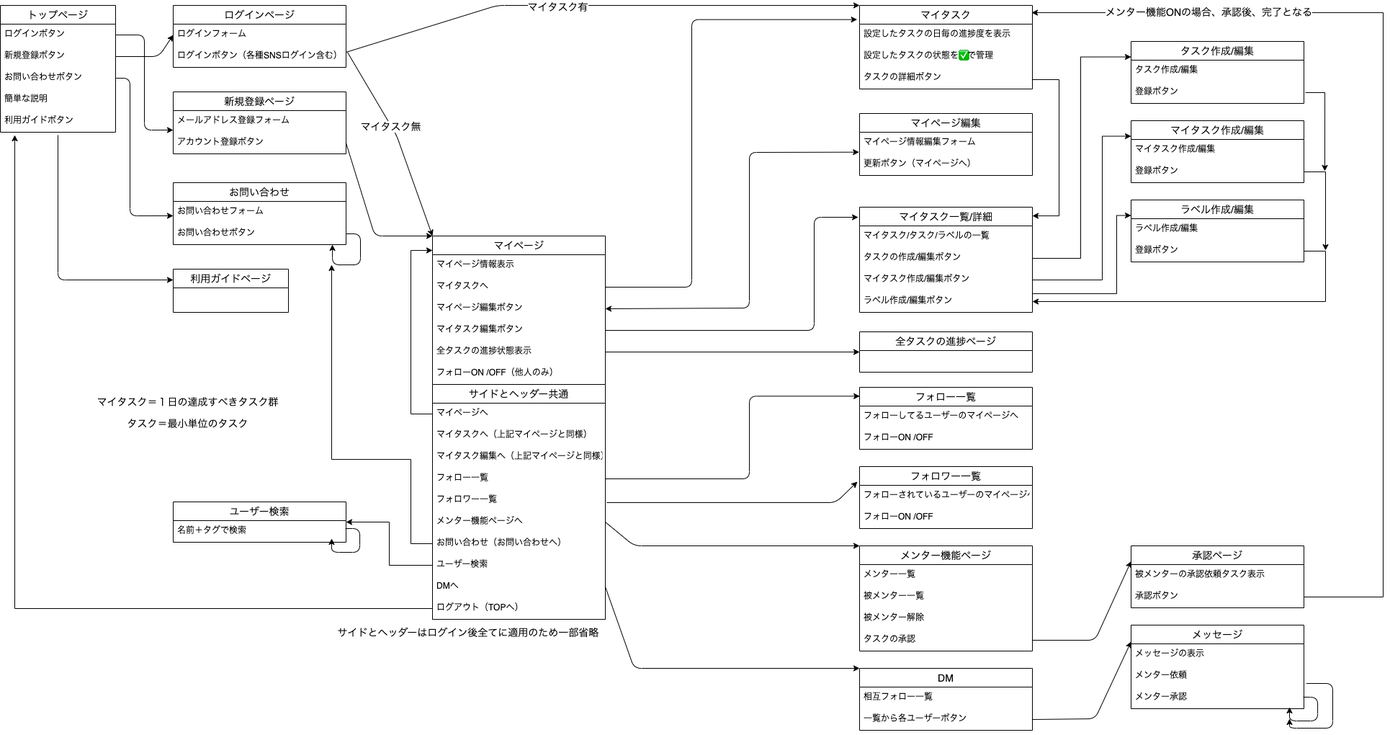
hirokore/Tasrop_app keeps this draw.io diagram as public/images/卒業課題アプリ-ページ遷移図.png. Above is the earlier version. Source tidied: cells renumbered, new cells last; positions are measured from the earlier drawing's top-left corner, leaving out a move shared by most shapes.
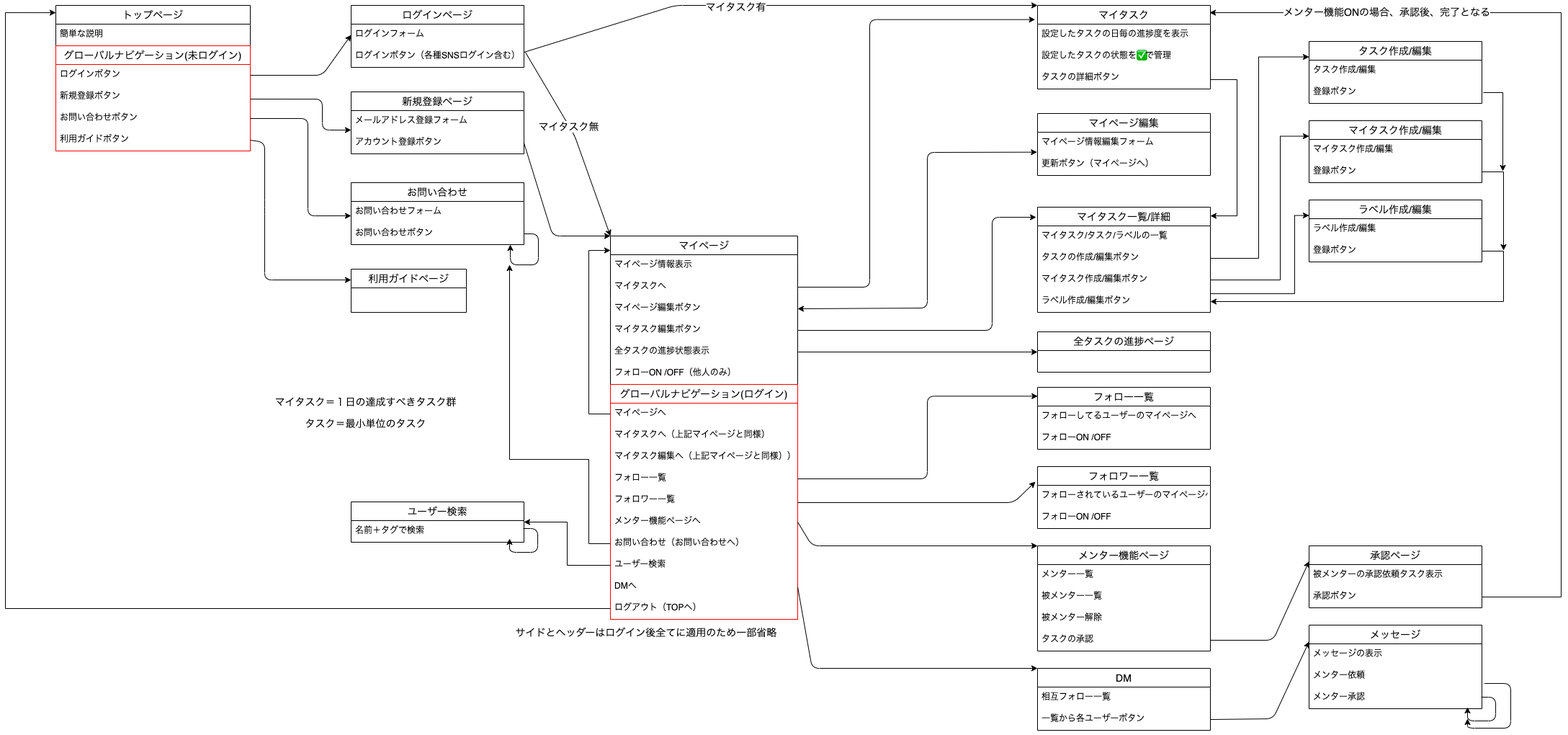
After the change.

Commit message:
update: READMEのタイトル修正「ER図、遷移図修正」

Diff of the diagram source:
```diff
@@ -3,28 +3,31 @@
     <mxCell id="0" />
     <mxCell id="1" parent="0" />
     <mxCell id="2" value="トップページ" style="swimlane;fontStyle=0;horizontal=1;startSize=26;align=center;fontSize=14;labelBackgroundColor=#ffffff;" parent="1" vertex="1">
-      <mxGeometry width="160" height="176" as="geometry" />
+      <mxGeometry x="-170" width="270" height="202" as="geometry" />
     </mxCell>
+    <mxCell id="6" value="簡単な説明" style="text;strokeColor=none;fillColor=none;spacingLeft=4;spacingRight=4;overflow=hidden;fontSize=12;" parent="2" vertex="1">
+      <mxGeometry y="26" width="270" height="30" as="geometry" />
+    </mxCell>
+    <mxCell id="120" value="グローバルナビゲーション(未ログイン)" style="swimlane;fontStyle=0;horizontal=1;startSize=26;align=center;fontSize=14;labelBackgroundColor=#ffffff;strokeColor=#FF0000;" parent="2" vertex="1">
+      <mxGeometry y="56" width="270" height="146" as="geometry" />
+    </mxCell>
-    <mxCell id="3" value="ログインボタン" style="text;strokeColor=none;fillColor=none;spacingLeft=4;spacingRight=4;overflow=hidden;points=[[0,0.5],[1,0.5]];portConstraint=eastwest;fontSize=12;" parent="2" vertex="1">
-      <mxGeometry y="26" width="160" height="30" as="geometry" />
+    <mxCell id="3" value="ログインボタン" style="text;strokeColor=none;fillColor=none;spacingLeft=4;spacingRight=4;overflow=hidden;points=[[0,0.5],[1,0.5]];portConstraint=eastwest;fontSize=12;" parent="120" vertex="1">
+      <mxGeometry y="26" width="270" height="30" as="geometry" />
     </mxCell>
-    <mxCell id="4" value="新規登録ボタン" style="text;strokeColor=none;fillColor=none;spacingLeft=4;spacingRight=4;overflow=hidden;points=[[0,0.5],[1,0.5]];portConstraint=eastwest;fontSize=12;" parent="2" vertex="1">
-      <mxGeometry y="56" width="160" height="30" as="geometry" />
+    <mxCell id="4" value="新規登録ボタン" style="text;strokeColor=none;fillColor=none;spacingLeft=4;spacingRight=4;overflow=hidden;points=[[0,0.5],[1,0.5]];portConstraint=eastwest;fontSize=12;" parent="120" vertex="1">
+      <mxGeometry y="56" width="270" height="30" as="geometry" />
     </mxCell>
-    <mxCell id="5" value="お問い合わせボタン" style="text;strokeColor=none;fillColor=none;spacingLeft=4;spacingRight=4;overflow=hidden;points=[[0,0.5],[1,0.5]];portConstraint=eastwest;fontSize=12;" parent="2" vertex="1">
-      <mxGeometry y="86" width="160" height="30" as="geometry" />
+    <mxCell id="5" value="お問い合わせボタン" style="text;strokeColor=none;fillColor=none;spacingLeft=4;spacingRight=4;overflow=hidden;points=[[0,0.5],[1,0.5]];portConstraint=eastwest;fontSize=12;" parent="120" vertex="1">
+      <mxGeometry y="86" width="270" height="30" as="geometry" />
     </mxCell>
-    <mxCell id="6" value="簡単な説明" style="text;strokeColor=none;fillColor=none;spacingLeft=4;spacingRight=4;overflow=hidden;fontSize=12;" parent="2" vertex="1">
-      <mxGeometry y="116" width="160" height="30" as="geometry" />
-    </mxCell>
-    <mxCell id="7" value="利用ガイドボタン" style="text;strokeColor=none;fillColor=none;spacingLeft=4;spacingRight=4;overflow=hidden;points=[[0,0.5],[1,0.5]];portConstraint=eastwest;fontSize=12;" parent="2" vertex="1">
-      <mxGeometry y="146" width="160" height="30" as="geometry" />
+    <mxCell id="7" value="利用ガイドボタン" style="text;strokeColor=none;fillColor=none;spacingLeft=4;spacingRight=4;overflow=hidden;points=[[0,0.5],[1,0.5]];portConstraint=eastwest;fontSize=12;" parent="120" vertex="1">
+      <mxGeometry y="116" width="270" height="30" as="geometry" />
     </mxCell>
-    <mxCell id="8" style="endArrow=classic;html=1;fontSize=14;fontColor=#000000;exitX=1;exitY=0.5;exitDx=0;exitDy=0;" parent="1" edge="1" source="4">
+    <mxCell id="8" style="endArrow=classic;html=1;fontSize=14;fontColor=#000000;exitX=1;exitY=0.5;exitDx=0;exitDy=0;" parent="1" edge="1" source="3">
       <mxGeometry relative="1" as="geometry">
         <mxPoint x="240" y="41" as="targetPoint" />
         <Array as="points">
-          <mxPoint x="220" y="71" />
+          <mxPoint x="200" y="97" />
         </Array>
       </mxGeometry>
     </mxCell>
@@ -37,11 +40,13 @@
     <mxCell id="11" value="アカウント登録ボタン" style="text;strokeColor=none;fillColor=none;spacingLeft=4;spacingRight=4;overflow=hidden;points=[[0,0.5],[1,0.5]];portConstraint=eastwest;fontSize=12;" parent="9" vertex="1">
       <mxGeometry y="56" width="240" height="30" as="geometry" />
     </mxCell>
-    <mxCell id="12" style="edgeStyle=segmentEdgeStyle;endArrow=classic;html=1;fontSize=14;fontColor=#000000;exitX=1;exitY=0.5;exitDx=0;exitDy=0;" parent="1" edge="1" source="3">
+    <mxCell id="12" style="edgeStyle=segmentEdgeStyle;endArrow=classic;html=1;fontSize=14;fontColor=#000000;" parent="1" edge="1">
       <mxGeometry relative="1" as="geometry">
+        <mxPoint x="100" y="130" as="sourcePoint" />
         <mxPoint x="240" y="173" as="targetPoint" />
         <Array as="points">
-          <mxPoint x="200" y="41" />
+          <mxPoint x="100" y="130" />
+          <mxPoint x="200" y="130" />
           <mxPoint x="200" y="173" />
         </Array>
       </mxGeometry>
@@ -56,58 +61,58 @@
       <mxGeometry y="56" width="240" height="30" as="geometry" />
     </mxCell>
     <mxCell id="16" value="マイページ" style="swimlane;fontStyle=0;horizontal=1;startSize=26;align=center;fontSize=14;labelBackgroundColor=#ffffff;" parent="1" vertex="1">
-      <mxGeometry x="600" y="320" width="240" height="532" as="geometry" />
+      <mxGeometry x="600" y="320" width="260" height="532" as="geometry" />
     </mxCell>
     <mxCell id="17" value="マイページ情報表示" style="text;strokeColor=none;fillColor=none;spacingLeft=4;spacingRight=4;overflow=hidden;fontSize=12;" parent="16" vertex="1">
-      <mxGeometry y="26" width="240" height="30" as="geometry" />
+      <mxGeometry y="26" width="260" height="30" as="geometry" />
     </mxCell>
     <mxCell id="18" value="マイタスクへ" style="text;strokeColor=none;fillColor=none;spacingLeft=4;spacingRight=4;overflow=hidden;points=[[0,0.5],[1,0.5]];portConstraint=eastwest;fontSize=12;" parent="16" vertex="1">
-      <mxGeometry y="56" width="240" height="30" as="geometry" />
+      <mxGeometry y="56" width="260" height="30" as="geometry" />
     </mxCell>
     <mxCell id="19" value="マイページ編集ボタン" style="text;strokeColor=none;fillColor=none;spacingLeft=4;spacingRight=4;overflow=hidden;points=[[0,0.5],[1,0.5]];portConstraint=eastwest;fontSize=12;" parent="16" vertex="1">
-      <mxGeometry y="86" width="240" height="30" as="geometry" />
+      <mxGeometry y="86" width="260" height="30" as="geometry" />
     </mxCell>
     <mxCell id="20" value="マイタスク編集ボタン" style="text;strokeColor=none;fillColor=none;spacingLeft=4;spacingRight=4;overflow=hidden;points=[[0,0.5],[1,0.5]];portConstraint=eastwest;fontSize=12;" parent="16" vertex="1">
-      <mxGeometry y="116" width="240" height="30" as="geometry" />
+      <mxGeometry y="116" width="260" height="30" as="geometry" />
     </mxCell>
     <mxCell id="21" value="全タスクの進捗状態表示" style="text;strokeColor=none;fillColor=none;spacingLeft=4;spacingRight=4;overflow=hidden;points=[[0,0.5],[1,0.5]];portConstraint=eastwest;fontSize=12;" parent="16" vertex="1">
-      <mxGeometry y="146" width="240" height="30" as="geometry" />
+      <mxGeometry y="146" width="260" height="30" as="geometry" />
     </mxCell>
     <mxCell id="22" value="フォローON /OFF（他人のみ）" style="text;strokeColor=none;fillColor=none;spacingLeft=4;spacingRight=4;overflow=hidden;fontSize=12;" parent="16" vertex="1">
-      <mxGeometry y="176" width="240" height="30" as="geometry" />
+      <mxGeometry y="176" width="260" height="30" as="geometry" />
     </mxCell>
-    <mxCell id="23" value="サイドとヘッダー共通" style="swimlane;fontStyle=0;horizontal=1;startSize=26;align=center;fontSize=14;labelBackgroundColor=#ffffff;" parent="16" vertex="1">
-      <mxGeometry y="206" width="240" height="326" as="geometry" />
+    <mxCell id="23" value="グローバルナビゲーション(ログイン)" style="swimlane;fontStyle=0;horizontal=1;startSize=26;align=center;fontSize=14;labelBackgroundColor=#ffffff;strokeColor=#FF0000;" parent="16" vertex="1">
+      <mxGeometry y="206" width="260" height="326" as="geometry" />
     </mxCell>
     <mxCell id="24" value="マイページへ" style="text;strokeColor=none;fillColor=none;spacingLeft=4;spacingRight=4;overflow=hidden;points=[[0,0.5],[1,0.5]];portConstraint=eastwest;fontSize=12;" parent="23" vertex="1">
-      <mxGeometry y="26" width="240" height="30" as="geometry" />
+      <mxGeometry y="26" width="260" height="30" as="geometry" />
     </mxCell>
     <mxCell id="25" value="マイタスクへ（上記マイページと同様）" style="text;strokeColor=none;fillColor=none;spacingLeft=4;spacingRight=4;overflow=hidden;fontSize=12;" parent="23" vertex="1">
-      <mxGeometry y="56" width="240" height="30" as="geometry" />
+      <mxGeometry y="56" width="260" height="30" as="geometry" />
     </mxCell>
     <mxCell id="26" value="マイタスク編集へ（上記マイページと同様））" style="text;strokeColor=none;fillColor=none;spacingLeft=4;spacingRight=4;overflow=hidden;fontSize=12;" parent="23" vertex="1">
-      <mxGeometry y="86" width="240" height="30" as="geometry" />
+      <mxGeometry y="86" width="260" height="30" as="geometry" />
     </mxCell>
     <mxCell id="27" value="フォロー一覧" style="text;strokeColor=none;fillColor=none;spacingLeft=4;spacingRight=4;overflow=hidden;points=[[0,0.5],[1,0.5]];portConstraint=eastwest;fontSize=12;" parent="23" vertex="1">
-      <mxGeometry y="116" width="240" height="30" as="geometry" />
+      <mxGeometry y="116" width="260" height="30" as="geometry" />
     </mxCell>
     <mxCell id="28" value="フォロワー一覧" style="text;strokeColor=none;fillColor=none;spacingLeft=4;spacingRight=4;overflow=hidden;fontSize=12;" parent="23" vertex="1">
-      <mxGeometry y="146" width="240" height="30" as="geometry" />
+      <mxGeometry y="146" width="260" height="30" as="geometry" />
     </mxCell>
     <mxCell id="29" value="メンター機能ページへ" style="text;strokeColor=none;fillColor=none;spacingLeft=4;spacingRight=4;overflow=hidden;points=[[0,0.5],[1,0.5]];portConstraint=eastwest;fontSize=12;" parent="23" vertex="1">
-      <mxGeometry y="176" width="240" height="30" as="geometry" />
+      <mxGeometry y="176" width="260" height="30" as="geometry" />
     </mxCell>
     <mxCell id="30" value="お問い合わせ（お問い合わせへ）" style="text;strokeColor=none;fillColor=none;spacingLeft=4;spacingRight=4;overflow=hidden;points=[[0,0.5],[1,0.5]];portConstraint=eastwest;fontSize=12;" parent="23" vertex="1">
-      <mxGeometry y="206" width="240" height="30" as="geometry" />
+      <mxGeometry y="206" width="260" height="30" as="geometry" />
     </mxCell>
     <mxCell id="31" value="ユーザー検索" style="text;strokeColor=none;fillColor=none;spacingLeft=4;spacingRight=4;overflow=hidden;points=[[0,0.5],[1,0.5]];portConstraint=eastwest;fontSize=12;" parent="23" vertex="1">
-      <mxGeometry y="236" width="240" height="30" as="geometry" />
+      <mxGeometry y="236" width="260" height="30" as="geometry" />
     </mxCell>
     <mxCell id="32" value="DMへ" style="text;strokeColor=none;fillColor=none;spacingLeft=4;spacingRight=4;overflow=hidden;points=[[0,0.5],[1,0.5]];portConstraint=eastwest;fontSize=12;" parent="23" vertex="1">
-      <mxGeometry y="266" width="240" height="30" as="geometry" />
+      <mxGeometry y="266" width="260" height="30" as="geometry" />
     </mxCell>
     <mxCell id="33" value="ログアウト（TOPへ）" style="text;strokeColor=none;fillColor=none;spacingLeft=4;spacingRight=4;overflow=hidden;points=[[0,0.5],[1,0.5]];portConstraint=eastwest;fontSize=12;" parent="23" vertex="1">
-      <mxGeometry y="296" width="240" height="30" as="geometry" />
+      <mxGeometry y="296" width="260" height="30" as="geometry" />
     </mxCell>
     <mxCell id="34" style="edgeStyle=orthogonalEdgeStyle;rounded=0;jettySize=auto;html=1;" parent="16" edge="1" source="24">
       <mxGeometry relative="1" as="geometry">
@@ -157,7 +162,7 @@
       <mxGeometry relative="1" as="geometry">
         <mxPoint x="240" y="292" as="targetPoint" />
         <Array as="points">
-          <mxPoint x="180" y="101" />
+          <mxPoint x="180" y="157" />
           <mxPoint x="180" y="292" />
         </Array>
       </mxGeometry>
@@ -165,11 +170,12 @@
     <mxCell id="43" value="利用ガイドページ" style="swimlane;fontStyle=0;horizontal=1;startSize=26;align=center;fontSize=14;labelBackgroundColor=#ffffff;" parent="1" vertex="1">
       <mxGeometry x="240" y="366" width="160" height="60" as="geometry" />
     </mxCell>
-    <mxCell id="44" style="endArrow=classic;html=1;fontSize=14;fontColor=#000000;entryX=0;entryY=0.25;entryDx=0;entryDy=0;" parent="1" edge="1" target="43">
+    <mxCell id="44" style="endArrow=classic;html=1;fontSize=14;fontColor=#000000;entryX=0;entryY=0.25;entryDx=0;entryDy=0;exitX=1;exitY=0.5;exitDx=0;exitDy=0;" parent="1" edge="1" source="7" target="43">
       <mxGeometry relative="1" as="geometry">
-        <mxPoint x="80" y="180" as="sourcePoint" />
         <Array as="points">
-          <mxPoint x="80" y="381" />
+          <mxPoint x="120" y="190" />
+          <mxPoint x="120" y="280" />
+          <mxPoint x="120" y="381" />
         </Array>
       </mxGeometry>
     </mxCell>
@@ -253,7 +259,7 @@
     </mxCell>
     <mxCell id="67" style="endArrow=classic;html=1;fontSize=14;fontColor=#000000;" parent="1" edge="1">
       <mxGeometry relative="1" as="geometry">
-        <mxPoint x="842" y="690" as="sourcePoint" />
+        <mxPoint x="860" y="690" as="sourcePoint" />
         <mxPoint x="1190" y="661" as="targetPoint" />
         <Array as="points">
           <mxPoint x="1160" y="690" />
@@ -498,9 +504,12 @@
         </Array>
       </mxGeometry>
     </mxCell>
-    <mxCell id="118" style="edgeStyle=orthogonalEdgeStyle;rounded=0;jettySize=auto;html=1;" parent="1" edge="1" source="33">
+    <mxCell id="118" style="edgeStyle=orthogonalEdgeStyle;rounded=0;jettySize=auto;html=1;entryX=0;entryY=0.05;entryDx=0;entryDy=0;entryPerimeter=0;" parent="1" edge="1" source="33" target="2">
       <mxGeometry relative="1" as="geometry">
-        <mxPoint x="20" y="180" as="targetPoint" />
+        <Array as="points">
+          <mxPoint x="-240" y="837" />
+          <mxPoint x="-240" y="10" />
+        </Array>
       </mxGeometry>
     </mxCell>
     <mxCell id="119" style="edgeStyle=orthogonalEdgeStyle;rounded=0;jettySize=auto;html=1;" parent="1" edge="1" source="30">
```
